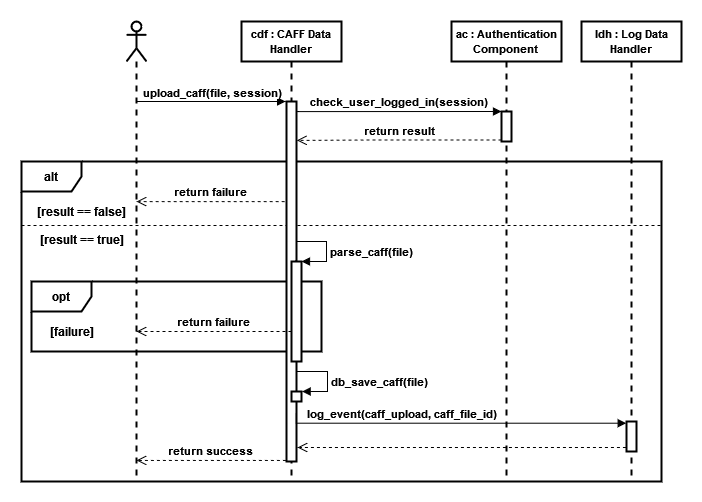
nemkrisz11/Computer-Security-Homework-2021-SHAjt keeps this draw.io diagram as Documentation/Sequence diagrams/Sequence_CAFF_Upload.png. Above is the earlier version. Source tidied: cells renumbered, new cells last; positions are measured from the earlier drawing's top-left corner, leaving out a move shared by most shapes. The source it was exported from:
```xml
<mxGraphModel>
  <root>
    <mxCell id="0" />
    <mxCell id="1" parent="0" />
    <mxCell id="2" style="line;strokeWidth=1;fillColor=none;align=left;verticalAlign=middle;spacingTop=-1;spacingLeft=3;spacingRight=3;labelPosition=right;dashed=1;" parent="1" vertex="1">
      <mxGeometry y="200" width="640" height="8" as="geometry" />
    </mxCell>
    <mxCell id="3" value="&lt;b&gt;alt&lt;/b&gt;" style="shape=umlFrame;whiteSpace=wrap;html=1;strokeWidth=2;" parent="1" vertex="1">
      <mxGeometry y="140" width="640" height="320" as="geometry" />
    </mxCell>
    <mxCell id="4" value="&lt;b&gt;opt&lt;/b&gt;" style="shape=umlFrame;whiteSpace=wrap;html=1;strokeWidth=2;" parent="1" vertex="1">
      <mxGeometry x="10" y="260" width="290" height="70" as="geometry" />
    </mxCell>
    <mxCell id="5" style="edgeStyle=orthogonalEdgeStyle;rounded=0;jettySize=auto;html=1;endArrow=block;endFill=1;entryX=-0.089;entryY=0;entryDx=0;entryDy=0;entryPerimeter=0;strokeWidth=1;" parent="1" edge="1" source="7" target="9">
      <mxGeometry relative="1" as="geometry">
        <Array as="points">
          <mxPoint x="160" y="80" />
          <mxPoint x="160" y="80" />
        </Array>
      </mxGeometry>
    </mxCell>
    <mxCell id="6" value="&lt;div&gt;&lt;b&gt;upload_caff(file, session)&lt;/b&gt;&lt;/div&gt;" style="edgeLabel;html=1;align=center;verticalAlign=middle;" parent="5" vertex="1">
      <mxGeometry x="0.23" y="-1" relative="1" as="geometry">
        <mxPoint x="-16" y="-11" as="offset" />
      </mxGeometry>
    </mxCell>
    <mxCell id="7" style="shape=umlLifeline;participant=umlActor;perimeter=lifelinePerimeter;whiteSpace=wrap;html=1;verticalAlign=top;spacingTop=36;outlineConnect=0;strokeWidth=2;" parent="1" vertex="1">
      <mxGeometry x="105" width="20" height="460" as="geometry" />
    </mxCell>
    <mxCell id="8" value="&lt;font style=&quot;font-size: 11px&quot;&gt;&lt;b&gt;cdf : CAFF Data Handler&lt;br&gt;&lt;/b&gt;&lt;/font&gt;" style="shape=umlLifeline;perimeter=lifelinePerimeter;whiteSpace=wrap;html=1;strokeWidth=2;" parent="1" vertex="1">
      <mxGeometry x="220" width="100" height="460" as="geometry" />
    </mxCell>
    <mxCell id="9" style="html=1;points=[];perimeter=orthogonalPerimeter;strokeWidth=2;" parent="8" vertex="1">
      <mxGeometry x="45" y="80" width="10" height="360" as="geometry" />
    </mxCell>
    <mxCell id="10" style="html=1;points=[];perimeter=orthogonalPerimeter;strokeWidth=2;" parent="8" vertex="1">
      <mxGeometry x="50" y="240" width="10" height="100" as="geometry" />
    </mxCell>
    <mxCell id="11" value="&lt;b&gt;parse_caff(file)&lt;/b&gt;" style="edgeStyle=orthogonalEdgeStyle;html=1;align=left;spacingLeft=2;endArrow=block;rounded=0;entryX=1;entryY=0;exitX=0.392;exitY=-0.009;exitDx=0;exitDy=0;exitPerimeter=0;strokeWidth=1;" parent="8" edge="1" source="10" target="10">
      <mxGeometry x="0.26" relative="1" as="geometry">
        <Array as="points">
          <mxPoint x="55" y="240" />
          <mxPoint x="55" y="220" />
          <mxPoint x="85" y="220" />
          <mxPoint x="85" y="240" />
        </Array>
      </mxGeometry>
    </mxCell>
    <mxCell id="12" value="&lt;b&gt;db_save_caff(file)&lt;/b&gt;" style="edgeStyle=orthogonalEdgeStyle;html=1;align=left;spacingLeft=2;endArrow=block;rounded=0;entryX=1.062;entryY=0.002;entryDx=0;entryDy=0;entryPerimeter=0;strokeWidth=1;" parent="8" edge="1" target="13">
      <mxGeometry x="0.08" relative="1" as="geometry">
        <mxPoint x="55" y="350" as="sourcePoint" />
        <Array as="points">
          <mxPoint x="86" y="350" />
          <mxPoint x="86" y="370" />
        </Array>
      </mxGeometry>
    </mxCell>
    <mxCell id="13" style="html=1;points=[];perimeter=orthogonalPerimeter;strokeWidth=2;" parent="8" vertex="1">
      <mxGeometry x="50" y="370" width="10" height="10" as="geometry" />
    </mxCell>
    <mxCell id="14" value="&lt;font style=&quot;font-size: 11px&quot;&gt;&lt;b&gt;ac : Authentication Component&lt;br&gt;&lt;/b&gt;&lt;/font&gt;" style="shape=umlLifeline;perimeter=lifelinePerimeter;whiteSpace=wrap;html=1;strokeWidth=2;" parent="1" vertex="1">
      <mxGeometry x="430" width="110" height="460" as="geometry" />
    </mxCell>
    <mxCell id="15" style="html=1;points=[];perimeter=orthogonalPerimeter;strokeWidth=2;" parent="14" vertex="1">
      <mxGeometry x="50" y="90" width="10" height="30" as="geometry" />
    </mxCell>
    <mxCell id="16" value="&lt;b&gt;check_user_logged_in(session)&lt;/b&gt;" style="html=1;verticalAlign=bottom;endArrow=block;entryX=0;entryY=0;rounded=0;edgeStyle=orthogonalEdgeStyle;exitX=1.028;exitY=0.028;exitDx=0;exitDy=0;exitPerimeter=0;strokeWidth=1;" parent="1" edge="1" source="9" target="15">
      <mxGeometry relative="1" as="geometry">
        <Array as="points">
          <mxPoint x="277" y="90" />
        </Array>
      </mxGeometry>
    </mxCell>
    <mxCell id="17" value="&lt;b&gt;return result&lt;br&gt;&lt;/b&gt;" style="html=1;verticalAlign=bottom;endArrow=open;dashed=1;endSize=8;exitX=0;exitY=0.95;rounded=0;edgeStyle=orthogonalEdgeStyle;entryX=1.04;entryY=0.108;entryDx=0;entryDy=0;entryPerimeter=0;strokeWidth=1;" parent="1" edge="1" source="15" target="9">
      <mxGeometry relative="1" as="geometry">
        <Array as="points">
          <mxPoint x="345" y="118" />
        </Array>
      </mxGeometry>
    </mxCell>
    <mxCell id="18" value="&lt;b&gt;[result == false]&lt;br&gt;&lt;/b&gt;" style="text;html=1;align=center;verticalAlign=middle;strokeColor=none;fillColor=none;" parent="1" vertex="1">
      <mxGeometry x="10" y="180" width="100" height="20" as="geometry" />
    </mxCell>
    <mxCell id="19" value="&lt;b&gt;return failure&lt;br&gt;&lt;/b&gt;" style="html=1;verticalAlign=bottom;endArrow=open;dashed=1;endSize=8;rounded=0;edgeStyle=orthogonalEdgeStyle;exitX=-0.186;exitY=0.278;exitDx=0;exitDy=0;exitPerimeter=0;strokeWidth=1;" parent="1" edge="1" source="9" target="7">
      <mxGeometry relative="1" as="geometry">
        <Array as="points">
          <mxPoint x="160" y="180" />
          <mxPoint x="160" y="180" />
        </Array>
      </mxGeometry>
    </mxCell>
    <mxCell id="20" value="&lt;b&gt;[result == true]&lt;br&gt;&lt;/b&gt;" style="text;html=1;align=center;verticalAlign=middle;strokeColor=none;fillColor=none;" parent="1" vertex="1">
      <mxGeometry x="10" y="208" width="100" height="20" as="geometry" />
    </mxCell>
    <mxCell id="21" value="&lt;b&gt;[failure]&lt;/b&gt;" style="text;html=1;align=center;verticalAlign=middle;strokeColor=none;fillColor=none;" parent="1" vertex="1">
      <mxGeometry x="20" y="300" width="60" height="20" as="geometry" />
    </mxCell>
    <mxCell id="22" value="&lt;b&gt;return failure&lt;br&gt;&lt;/b&gt;" style="html=1;verticalAlign=bottom;endArrow=open;dashed=1;endSize=8;rounded=0;edgeStyle=orthogonalEdgeStyle;strokeWidth=1;" parent="1" edge="1" target="7">
      <mxGeometry relative="1" as="geometry">
        <mxPoint x="270" y="310" as="sourcePoint" />
        <Array as="points">
          <mxPoint x="270" y="310" />
        </Array>
      </mxGeometry>
    </mxCell>
    <mxCell id="23" value="&lt;font style=&quot;font-size: 11px&quot;&gt;&lt;b&gt;ldh : Log Data Handler&lt;br&gt;&lt;/b&gt;&lt;/font&gt;" style="shape=umlLifeline;perimeter=lifelinePerimeter;whiteSpace=wrap;html=1;strokeWidth=2;" parent="1" vertex="1">
      <mxGeometry x="560" width="100" height="460" as="geometry" />
    </mxCell>
    <mxCell id="24" style="html=1;points=[];perimeter=orthogonalPerimeter;strokeWidth=2;" parent="23" vertex="1">
      <mxGeometry x="45" y="400" width="10" height="30" as="geometry" />
    </mxCell>
    <mxCell id="25" value="&lt;b&gt;log_event(caff_upload, caff_file_id)&lt;/b&gt;" style="html=1;verticalAlign=bottom;endArrow=block;rounded=0;edgeStyle=orthogonalEdgeStyle;entryX=-0.031;entryY=0.057;entryDx=0;entryDy=0;entryPerimeter=0;exitX=0.983;exitY=0.863;exitDx=0;exitDy=0;exitPerimeter=0;strokeWidth=1;" parent="1" edge="1" source="9" target="24">
      <mxGeometry x="-0.32" relative="1" as="geometry">
        <Array as="points">
          <mxPoint x="275" y="402" />
        </Array>
      </mxGeometry>
    </mxCell>
    <mxCell id="26" style="html=1;verticalAlign=bottom;endArrow=open;dashed=1;endSize=8;rounded=0;edgeStyle=orthogonalEdgeStyle;exitX=-0.057;exitY=0.871;exitDx=0;exitDy=0;exitPerimeter=0;strokeWidth=1;" parent="1" edge="1" source="24">
      <mxGeometry relative="1" as="geometry">
        <mxPoint x="276" y="426" as="targetPoint" />
        <Array as="points">
          <mxPoint x="276" y="426" />
        </Array>
      </mxGeometry>
    </mxCell>
    <mxCell id="27" value="&lt;b&gt;return success&lt;br&gt;&lt;/b&gt;" style="html=1;verticalAlign=bottom;endArrow=open;dashed=1;endSize=8;rounded=0;edgeStyle=orthogonalEdgeStyle;exitX=-0.065;exitY=0.997;exitDx=0;exitDy=0;exitPerimeter=0;strokeWidth=1;" parent="1" edge="1" source="9" target="7">
      <mxGeometry relative="1" as="geometry">
        <Array as="points">
          <mxPoint x="160" y="439" />
          <mxPoint x="160" y="439" />
        </Array>
      </mxGeometry>
    </mxCell>
  </root>
</mxGraphModel>
```
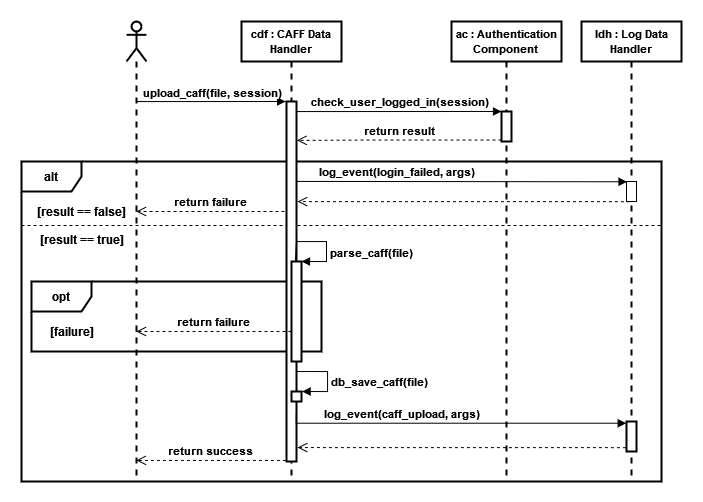
Above is the later version.

Commit message:
Add Sequence_CAFF_Delete, fix Sequence_CAFF_Upload

Diff of the diagram source:
```diff
@@ -81,11 +81,11 @@
     <mxCell id="18" value="&lt;b&gt;[result == false]&lt;br&gt;&lt;/b&gt;" style="text;html=1;align=center;verticalAlign=middle;strokeColor=none;fillColor=none;" parent="1" vertex="1">
       <mxGeometry x="10" y="180" width="100" height="20" as="geometry" />
     </mxCell>
-    <mxCell id="19" value="&lt;b&gt;return failure&lt;br&gt;&lt;/b&gt;" style="html=1;verticalAlign=bottom;endArrow=open;dashed=1;endSize=8;rounded=0;edgeStyle=orthogonalEdgeStyle;exitX=-0.186;exitY=0.278;exitDx=0;exitDy=0;exitPerimeter=0;strokeWidth=1;" parent="1" edge="1" source="9" target="7">
+    <mxCell id="19" value="&lt;b&gt;return failure&lt;br&gt;&lt;/b&gt;" style="html=1;verticalAlign=bottom;endArrow=open;dashed=1;endSize=8;rounded=0;edgeStyle=orthogonalEdgeStyle;strokeWidth=1;" parent="1" edge="1" target="7">
       <mxGeometry relative="1" as="geometry">
+        <mxPoint x="263" y="190" as="sourcePoint" />
         <Array as="points">
-          <mxPoint x="160" y="180" />
-          <mxPoint x="160" y="180" />
+          <mxPoint x="263" y="190" />
         </Array>
       </mxGeometry>
     </mxCell>
@@ -109,7 +109,10 @@
     <mxCell id="24" style="html=1;points=[];perimeter=orthogonalPerimeter;strokeWidth=2;" parent="23" vertex="1">
       <mxGeometry x="45" y="400" width="10" height="30" as="geometry" />
     </mxCell>
+    <mxCell id="28" style="html=1;points=[];perimeter=orthogonalPerimeter;fontSize=11;" parent="23" vertex="1">
+      <mxGeometry x="45" y="160" width="10" height="20" as="geometry" />
+    </mxCell>
-    <mxCell id="25" value="&lt;b&gt;log_event(caff_upload, caff_file_id)&lt;/b&gt;" style="html=1;verticalAlign=bottom;endArrow=block;rounded=0;edgeStyle=orthogonalEdgeStyle;entryX=-0.031;entryY=0.057;entryDx=0;entryDy=0;entryPerimeter=0;exitX=0.983;exitY=0.863;exitDx=0;exitDy=0;exitPerimeter=0;strokeWidth=1;" parent="1" edge="1" source="9" target="24">
+    <mxCell id="25" value="&lt;b&gt;log_event(caff_upload, args)&lt;/b&gt;" style="html=1;verticalAlign=bottom;endArrow=block;rounded=0;edgeStyle=orthogonalEdgeStyle;entryX=-0.031;entryY=0.057;entryDx=0;entryDy=0;entryPerimeter=0;exitX=0.983;exitY=0.863;exitDx=0;exitDy=0;exitPerimeter=0;strokeWidth=1;" parent="1" edge="1" source="9" target="24">
       <mxGeometry x="-0.32" relative="1" as="geometry">
         <Array as="points">
           <mxPoint x="275" y="402" />
@@ -132,5 +135,17 @@
         </Array>
       </mxGeometry>
     </mxCell>
+    <mxCell id="29" value="&lt;b&gt;log_event(login_failed, args)&lt;/b&gt;" style="html=1;verticalAlign=bottom;endArrow=block;rounded=0;fontSize=11;strokeWidth=1;entryX=0.051;entryY=0.014;entryDx=0;entryDy=0;entryPerimeter=0;exitX=1.002;exitY=0.222;exitDx=0;exitDy=0;exitPerimeter=0;edgeStyle=orthogonalEdgeStyle;" parent="1" edge="1" source="9" target="28">
+      <mxGeometry x="-0.39" relative="1" as="geometry">
+        <Array as="points">
+          <mxPoint x="276" y="160" />
+        </Array>
+      </mxGeometry>
+    </mxCell>
+    <mxCell id="30" style="html=1;verticalAlign=bottom;endArrow=open;dashed=1;endSize=8;rounded=0;edgeStyle=orthogonalEdgeStyle;exitX=-0.057;exitY=0.871;exitDx=0;exitDy=0;exitPerimeter=0;strokeWidth=1;entryX=1.098;entryY=0.278;entryDx=0;entryDy=0;entryPerimeter=0;" parent="1" edge="1" target="9">
+      <mxGeometry relative="1" as="geometry">
+        <mxPoint x="608.4" y="180.1" as="sourcePoint" />
+      </mxGeometry>
+    </mxCell>
   </root>
 </mxGraphModel>
```
